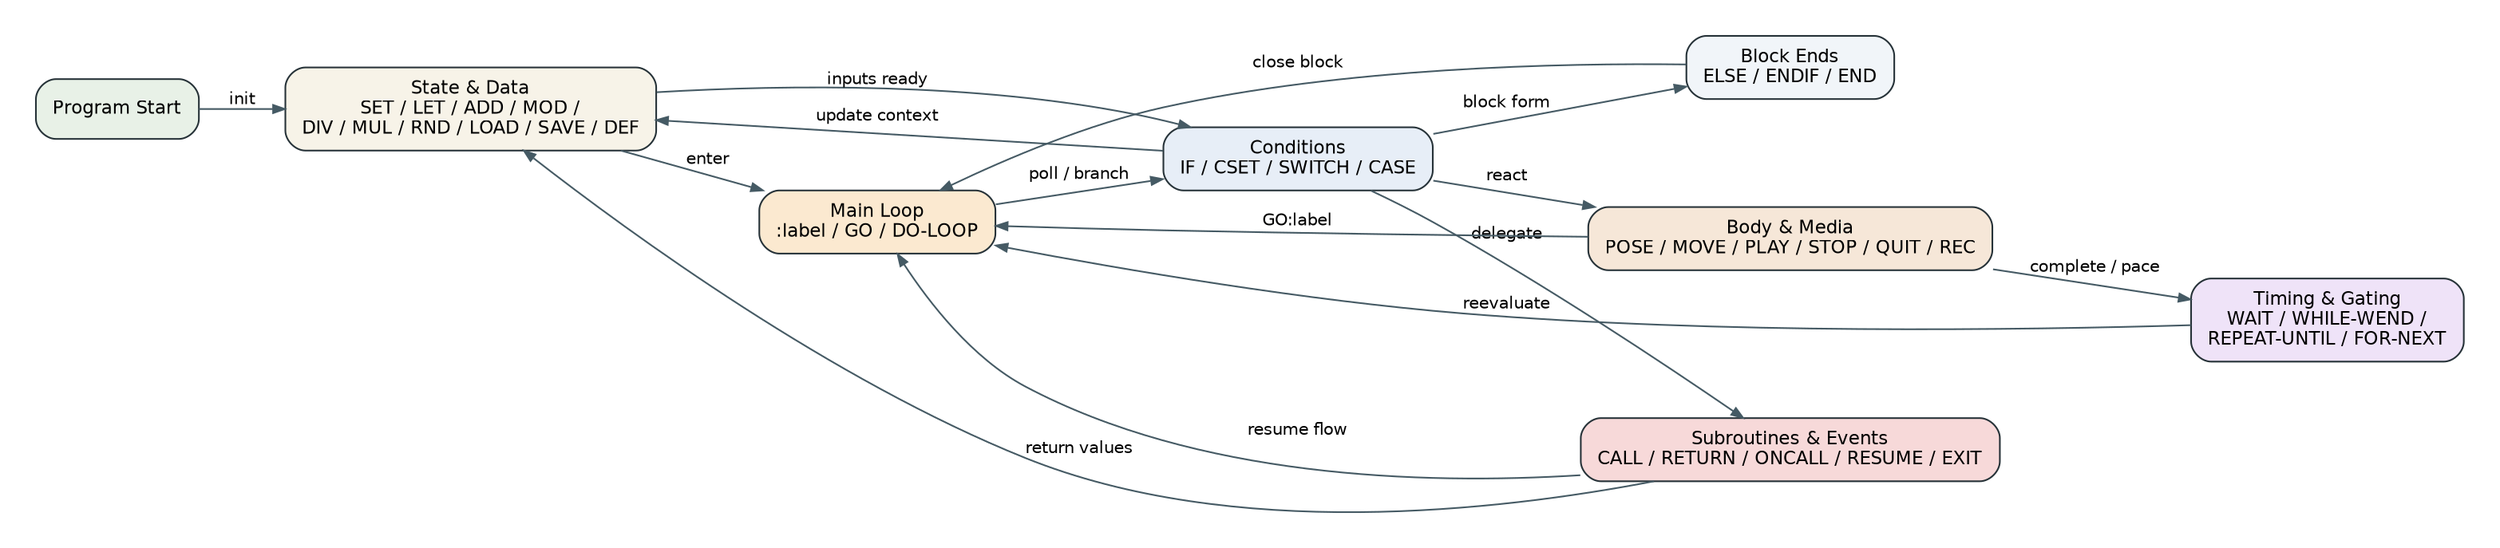
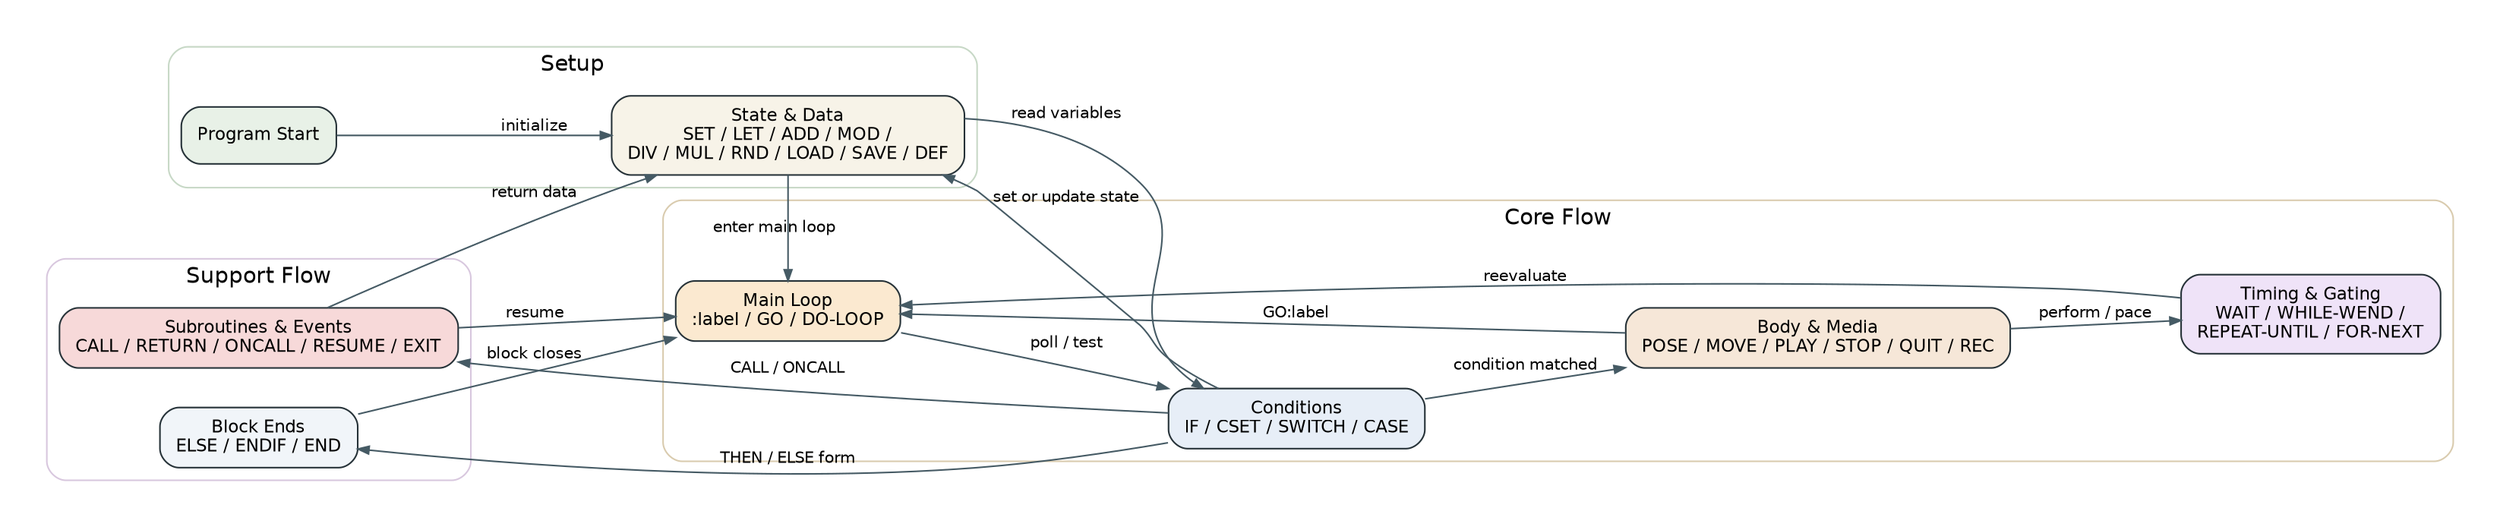

digraph G {
  graph [
    pad="0.3",
    nodesep="0.35",
    ranksep="0.5",
    splines=true,
    bgcolor="white"
  ];
  node [
    shape=box,
    style="rounded,filled",
    color="#263238",
    fillcolor="#F7F3E8",
    fontname="Helvetica",
    fontsize=11,
    margin="0.12,0.08"
  ];
  edge [
    color="#455A64",
    fontname="Helvetica",
    fontsize=10,
    arrowsize=0.7
  ];

  rankdir=LR;
-   graph [fontname="Helvetica"];
+   graph [fontname="Helvetica", compound=true];

  node [shape=box, style="rounded,filled", margin="0.14,0.1"];

-   Start [label="Program Start", fillcolor="#E8F1E7"];
-   MainLoop [label="Main Loop\n:label / GO / DO-LOOP", fillcolor="#FBE9D0"];
-   Sense [label="Conditions\nIF / CSET / SWITCH / CASE", fillcolor="#E7EEF7"];
-   State [label="State & Data\nSET / LET / ADD / MOD /\nDIV / MUL / RND / LOAD / SAVE / DEF", fillcolor="#F7F3E8"];
-   Action [label="Body & Media\nPOSE / MOVE / PLAY / STOP / QUIT / REC", fillcolor="#F6E7D8"];
-   Sync [label="Timing & Gating\nWAIT / WHILE-WEND /\nREPEAT-UNTIL / FOR-NEXT", fillcolor="#EFE3F8"];
-   Subroutine [label="Subroutines & Events\nCALL / RETURN / ONCALL / RESUME / EXIT", fillcolor="#F7D9D9"];
-   EndBlock [label="Block Ends\nELSE / ENDIF / END", fillcolor="#F1F5F9"];
+   subgraph cluster_setup {
+     label="Setup";
+     color="#C7D8C6";
+     style="rounded";
+     Start [label="Program Start", fillcolor="#E8F1E7"];
+     State [label="State & Data\nSET / LET / ADD / MOD /\nDIV / MUL / RND / LOAD / SAVE / DEF", fillcolor="#F7F3E8"];
+   }

-   Start -> State [label="init"];
-   State -> MainLoop [label="enter"];
-   MainLoop -> Sense [label="poll / branch"];
-   Sense -> Action [label="react"];
-   Sense -> State [label="update context"];
-   Sense -> Subroutine [label="delegate"];
-   Action -> Sync [label="complete / pace"];
+   subgraph cluster_flow {
+     label="Core Flow";
+     color="#D9CBAE";
+     style="rounded";
+     MainLoop [label="Main Loop\n:label / GO / DO-LOOP", fillcolor="#FBE9D0"];
+     Sense [label="Conditions\nIF / CSET / SWITCH / CASE", fillcolor="#E7EEF7"];
+     Action [label="Body & Media\nPOSE / MOVE / PLAY / STOP / QUIT / REC", fillcolor="#F6E7D8"];
+     Sync [label="Timing & Gating\nWAIT / WHILE-WEND /\nREPEAT-UNTIL / FOR-NEXT", fillcolor="#EFE3F8"];
+   }
+ 
+   subgraph cluster_support {
+     label="Support Flow";
+     color="#D8C7DE";
+     style="rounded";
+     Subroutine [label="Subroutines & Events\nCALL / RETURN / ONCALL / RESUME / EXIT", fillcolor="#F7D9D9"];
+     EndBlock [label="Block Ends\nELSE / ENDIF / END", fillcolor="#F1F5F9"];
+   }
+ 
+   Start -> State [label="initialize"];
+   State -> MainLoop [label="enter main loop"];
+   MainLoop -> Sense [label="poll / test"];
+   Sense -> Action [label="condition matched"];
+   Action -> Sync [label="perform / pace"];
  Sync -> MainLoop [label="reevaluate"];
-   State -> Sense [label="inputs ready"];
-   Subroutine -> State [label="return values"];
-   Subroutine -> MainLoop [label="resume flow"];
-   EndBlock -> MainLoop [label="close block"];
-   Sense -> EndBlock [label="block form"];
+ 
+   Sense -> State [label="set or update state"];
+   State -> Sense [label="read variables"];
+ 
+   Sense -> Subroutine [label="CALL / ONCALL"];
+   Subroutine -> State [label="return data"];
+   Subroutine -> MainLoop [label="resume"];
+ 
+   Sense -> EndBlock [label="THEN / ELSE form"];
+   EndBlock -> MainLoop [label="block closes"];
  Action -> MainLoop [label="GO:label"];
}
